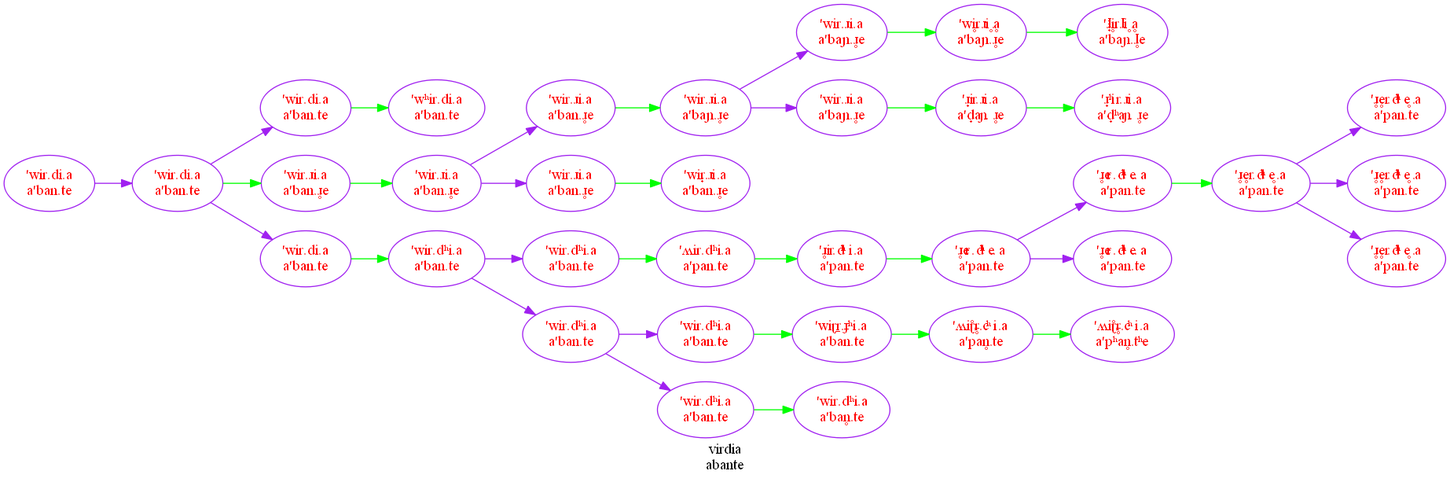
The Graphviz diagram graphe.png in MathieuDehouck/Language_Evolution, before a commit. Its source is kept beside it as graphe.dot.
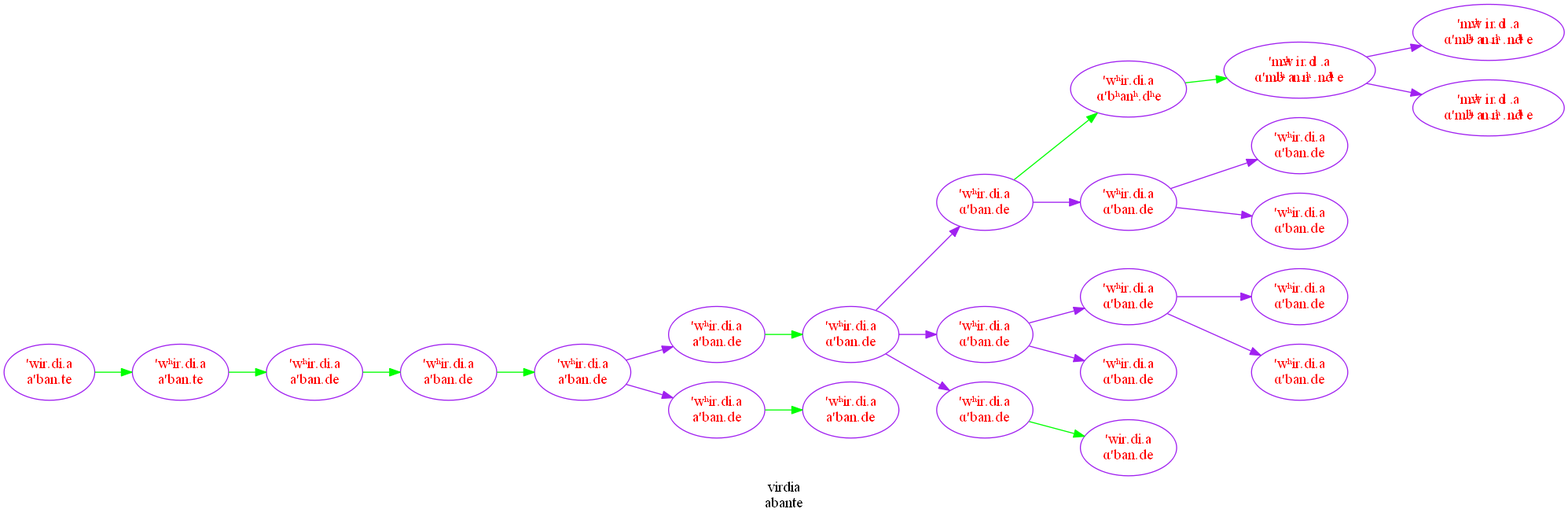
The same diagram one commit later.

What changed in the source:
```diff
@@ -4,108 +4,75 @@
 graph[rankdir="LR"];
 node [style="filled", fillcolor = "white"];
 edge [style="solid", color="purple"];
-0 [label="'ɺ̟̟̟̟i̥r.ɺi̥.ḁ
-a'baɲ.ɺ̥e", fillcolor= white, color="purple",  fontcolor="red"];
-1 [label="'wir.dʰi.a
+0 [label="'wʰir.di.a
+a'ban.de", fillcolor= white, color="purple",  fontcolor="red"];
+1 [label="'wʰir.di.a
+ɑ'bʰanʰ.dʰe", fillcolor= white, color="purple",  fontcolor="red"];
+2 [label="'wʰir.di.a
+a'ban.de", fillcolor= white, color="purple",  fontcolor="red"];
+3 [label="'m͜wʰir.di.a
+ɑ'm͜bʰan͜nʰ.n͜dʰe", fillcolor= white, color="purple",  fontcolor="red"];
+4 [label="'wʰir.di.a
+a'ban.de", fillcolor= white, color="purple",  fontcolor="red"];
+5 [label="'wir.di.a
+ɑ'ban.de", fillcolor= white, color="purple",  fontcolor="red"];
+6 [label="'wʰir.di.a
+ɑ'ban.de", fillcolor= white, color="purple",  fontcolor="red"];
+7 [label="'wir.di.a
 a'ban.te", fillcolor= white, color="purple",  fontcolor="red"];
-2 [label="'wir.ɹi.a
-a'ban.ɹ̥e", fillcolor= white, color="purple",  fontcolor="red"];
-3 [label="'wir.ɹi.a
-a'ban.ɹ̥e", fillcolor= white, color="purple",  fontcolor="red"];
-4 [label="'ʍir.dʰi.a
-a'pan.te", fillcolor= white, color="purple",  fontcolor="red"];
-5 [label="'wir̟̟.ɹi.a
-a'ban.ɹ̥e", fillcolor= white, color="purple",  fontcolor="red"];
-6 [label="'wir.di.a
+8 [label="'m͜wʰir.di.a
+ɑ'm͜bʰan͜nʰ.n͜dʰe", fillcolor= white, color="purple",  fontcolor="red"];
+9 [label="'wʰir.di.a
 a'ban.te", fillcolor= white, color="purple",  fontcolor="red"];
-7 [label="'wir.dʰi.a
-a'ban.te", fillcolor= white, color="purple",  fontcolor="red"];
-8 [label="'wir.di.a
-a'ban.te", fillcolor= white, color="purple",  fontcolor="red"];
-9 [label="'wir.ɹi.a
-a'ban.ɹ̥e", fillcolor= white, color="purple",  fontcolor="red"];
-10 [label="'wir.di.a
-a'ban.te", fillcolor= white, color="purple",  fontcolor="red"];
-11 [label="'ɹ̟ʰir.ɹi.a
-a'd̟ʰaɲ.ɹ̥e", fillcolor= white, color="purple",  fontcolor="red"];
-12 [label="'ɹ̥̟er.dʰe.a
-a'pan.te", fillcolor= white, color="purple",  fontcolor="red"];
-13 [label="'wir.ɹi.a
-a'ban.ɹ̥e", fillcolor= white, color="purple",  fontcolor="red"];
-14 [label="'wir.ɹi.a
-a'baɲ.ɹ̥e", fillcolor= white, color="purple",  fontcolor="red"];
-15 [label="'wir.dʰi.a
-a'ban.te", fillcolor= white, color="purple",  fontcolor="red"];
+10 [label="'wʰir.di.a
+ɑ'ban.de", fillcolor= white, color="purple",  fontcolor="red"];
+11 [label="'wʰir.di.a
+a'ban.de", fillcolor= white, color="purple",  fontcolor="red"];
+12 [label="'wʰir.di.a
+ɑ'ban.de", fillcolor= white, color="purple",  fontcolor="red"];
+13 [label="'wʰir.di.a
+a'ban.de", fillcolor= white, color="purple",  fontcolor="red"];
+14 [label="'wʰir.di.a
+ɑ'ban.de", fillcolor= white, color="purple",  fontcolor="red"];
+15 [label="'wʰir.di.a
+ɑ'ban.de", fillcolor= white, color="purple",  fontcolor="red"];
 16 [label="'wʰir.di.a
-a'ban.te", fillcolor= white, color="purple",  fontcolor="red"];
-17 [label="'ɹ̟ir.ɹi.a
-a'd̟aɲ.ɹ̥e", fillcolor= white, color="purple",  fontcolor="red"];
-18 [label="'wi̥r.ɹi̥.ḁ
-a'baɲ.ɹ̥e", fillcolor= white, color="purple",  fontcolor="red"];
-19 [label="'ɹ̥̟e̥r.dʰe̥.a
-a'pan.te", fillcolor= white, color="purple",  fontcolor="red"];
-20 [label="'ɹ̥̟er.dʰe.a
-a'pan.te", fillcolor= white, color="purple",  fontcolor="red"];
-21 [label="'ʍiɽ̊r̥̠.cʰi.a
-a'pʰan̥.tʰe", fillcolor= white, color="purple",  fontcolor="red"];
-22 [label="'wir.ɹi.a
-a'baɲ.ɹ̥e", fillcolor= white, color="purple",  fontcolor="red"];
-23 [label="'ɹ̥̟e̥r.dʰe̥.a
-a'pan.te", fillcolor= white, color="purple",  fontcolor="red"];
-24 [label="'ʍiɽ̊r̥̠.cʰi.a
-a'pan̥.te", fillcolor= white, color="purple",  fontcolor="red"];
-25 [label="'wir.di.a
-a'ban.te", fillcolor= white, color="purple",  fontcolor="red"];
-26 [label="'wiɽr̠.ɟʰi.a
-a'ban.te", fillcolor= white, color="purple",  fontcolor="red"];
-27 [label="'ɹ̥̟e̥r.dʰe̥.a
-a'pan.te", fillcolor= white, color="purple",  fontcolor="red"];
-28 [label="'ɹ̥̟er.dʰe.a
-a'pan.te", fillcolor= white, color="purple",  fontcolor="red"];
-29 [label="'wir.dʰi.a
-a'ban.te", fillcolor= white, color="purple",  fontcolor="red"];
-30 [label="'wir.ɹi.a
-a'baɲ.ɹ̥e", fillcolor= white, color="purple",  fontcolor="red"];
-31 [label="'wir.dʰi.a
-a'ban.te", fillcolor= white, color="purple",  fontcolor="red"];
-32 [label="'ɹ̥̟ir.dʰi.a
-a'pan.te", fillcolor= white, color="purple",  fontcolor="red"];
-33 [label="'wir.dʰi.a
-a'ban̥.te", fillcolor= white, color="purple",  fontcolor="red"];
-34 [label="'ɹ̥̟e̥r.dʰe̥.a
-a'pan.te", fillcolor= white, color="purple",  fontcolor="red"];
-6 -> 10;
-25 -> 29[style="solid", color="green"];
-10 -> 25;
-32 -> 20[style="solid", color="green"];
-4 -> 32[style="solid", color="green"];
-1 -> 4[style="solid", color="green"];
-29 -> 1;
-12 -> 23[style="solid", color="green"];
-20 -> 12;
-29 -> 31;
-13 -> 9[style="solid", color="green"];
-10 -> 13[style="solid", color="green"];
-2 -> 14[style="solid", color="green"];
-9 -> 2;
-23 -> 34;
-23 -> 27;
-23 -> 19;
-20 -> 28;
-15 -> 33[style="solid", color="green"];
-31 -> 15;
-24 -> 21[style="solid", color="green"];
-26 -> 24[style="solid", color="green"];
-7 -> 26[style="solid", color="green"];
-31 -> 7;
-17 -> 11[style="solid", color="green"];
-30 -> 17[style="solid", color="green"];
-14 -> 30;
-18 -> 0[style="solid", color="green"];
-22 -> 18[style="solid", color="green"];
-14 -> 22;
-3 -> 5[style="solid", color="green"];
-9 -> 3;
-8 -> 16[style="solid", color="green"];
-10 -> 8;
+ɑ'ban.de", fillcolor= white, color="purple",  fontcolor="red"];
+17 [label="'wʰir.di.a
+ɑ'ban.de", fillcolor= white, color="purple",  fontcolor="red"];
+18 [label="'wʰir.di.a
+ɑ'ban.de", fillcolor= white, color="purple",  fontcolor="red"];
+19 [label="'wʰir.di.a
+ɑ'ban.de", fillcolor= white, color="purple",  fontcolor="red"];
+20 [label="'wʰir.di.a
+a'ban.de", fillcolor= white, color="purple",  fontcolor="red"];
+21 [label="'m͜wʰir.di.a
+ɑ'm͜bʰan͜nʰ.n͜dʰe", fillcolor= white, color="purple",  fontcolor="red"];
+22 [label="'wʰir.di.a
+ɑ'ban.de", fillcolor= white, color="purple",  fontcolor="red"];
+23 [label="'wʰir.di.a
+ɑ'ban.de", fillcolor= white, color="purple",  fontcolor="red"];
+0 -> 4[style="solid", color="green"];
+2 -> 0[style="solid", color="green"];
+9 -> 2[style="solid", color="green"];
+7 -> 9[style="solid", color="green"];
+11 -> 19[style="solid", color="green"];
+4 -> 11;
+19 -> 6;
+1 -> 21[style="solid", color="green"];
+6 -> 1[style="solid", color="green"];
+6 -> 15;
+19 -> 14;
+14 -> 17;
+21 -> 8;
+21 -> 3;
+15 -> 22;
+15 -> 10;
+17 -> 18;
+17 -> 12;
+14 -> 23;
+16 -> 5[style="solid", color="green"];
+19 -> 16;
+20 -> 13[style="solid", color="green"];
+4 -> 20;
 }
```
